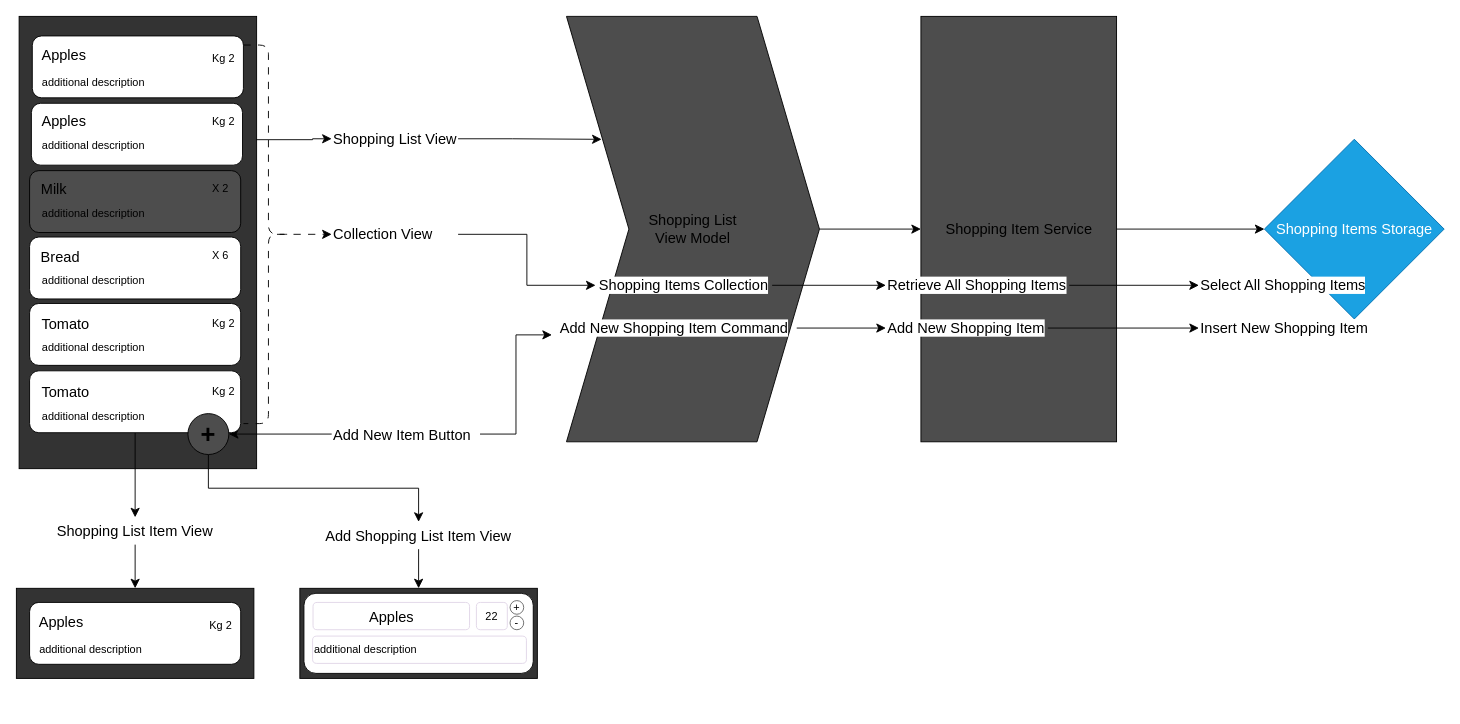
Earlier version of the draw.io diagram page "Shopping List Item Views" (2 of 7) of docs/designs/SLO.MobileApp.Components.drawio (mooohi/SLO.MobileApp). Source tidied: cells renumbered, new cells numbered last; positions are measured from the earlier drawing's top-left corner, leaving out a move shared by most shapes. Both pictures are drawn from the tidied source at 91%, with x=0, y=0 at pixel (15, 16).
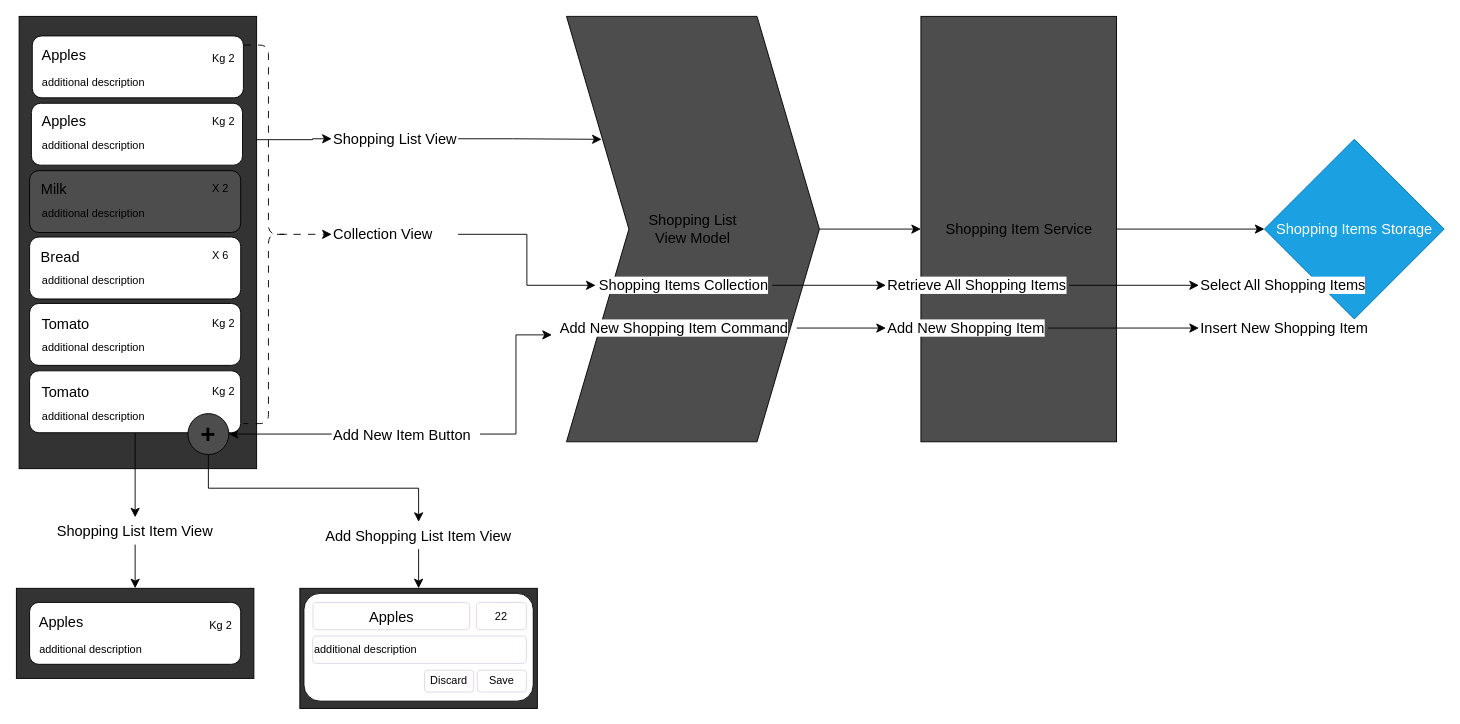
The same page after the edit.

Commit message:
ADD DESIGN - AddShoppingListItem Design

What changed in the source:
```diff
@@
     <mxCell id="66" style="rounded=0;whiteSpace=wrap;html=1;fillColor=#333333;" parent="1" vertex="1">
-      <mxGeometry x="312" y="628" width="261" height="99" as="geometry" />
+      <mxGeometry x="312" y="628" width="261" height="132" as="geometry" />
     </mxCell>
     <mxCell id="67" style="rounded=1;whiteSpace=wrap;html=1;" parent="1" vertex="1">
-      <mxGeometry x="316.5" y="633.5" width="252" height="88" as="geometry" />
+      <mxGeometry x="316.5" y="633.5" width="252" height="118.5" as="geometry" />
     </mxCell>
@@
     <mxCell id="69" value="22" style="text;html=1;whiteSpace=wrap;strokeColor=#E1D5E7;fillColor=none;align=center;verticalAlign=middle;rounded=1;fontSize=12;" parent="1" vertex="1">
-      <mxGeometry x="506" y="643.5" width="34" height="30" as="geometry" />
+      <mxGeometry x="506" y="643.5" width="55" height="30" as="geometry" />
     </mxCell>
@@
-    <mxCell id="71" value="+" style="ellipse;whiteSpace=wrap;html=1;fontFamily=Helvetica;fontSize=12;fontColor=default;labelBackgroundColor=none;strokeColor=#666666;spacing=0;" parent="1" vertex="1">
-      <mxGeometry x="543" y="641.5" width="15" height="15" as="geometry" />
-    </mxCell>
-    <mxCell id="72" value="-" style="ellipse;whiteSpace=wrap;html=1;fontFamily=Helvetica;fontSize=12;fontColor=default;labelBackgroundColor=none;strokeColor=#666666;spacing=0;" parent="1" vertex="1">
-      <mxGeometry x="543" y="658.5" width="15" height="15" as="geometry" />
-    </mxCell>
+    <mxCell id="73" value="Save" style="text;html=1;whiteSpace=wrap;strokeColor=#E1D5E7;fillColor=none;align=center;verticalAlign=middle;rounded=1;fontSize=12;" parent="1" vertex="1">
+      <mxGeometry x="507" y="718" width="54" height="24" as="geometry" />
+    </mxCell>
+    <mxCell id="74" value="Discard" style="text;html=1;whiteSpace=wrap;strokeColor=#E1D5E7;fillColor=none;align=center;verticalAlign=middle;rounded=1;fontSize=12;" parent="1" vertex="1">
+      <mxGeometry x="449" y="718" width="54" height="24" as="geometry" />
+    </mxCell>
```
